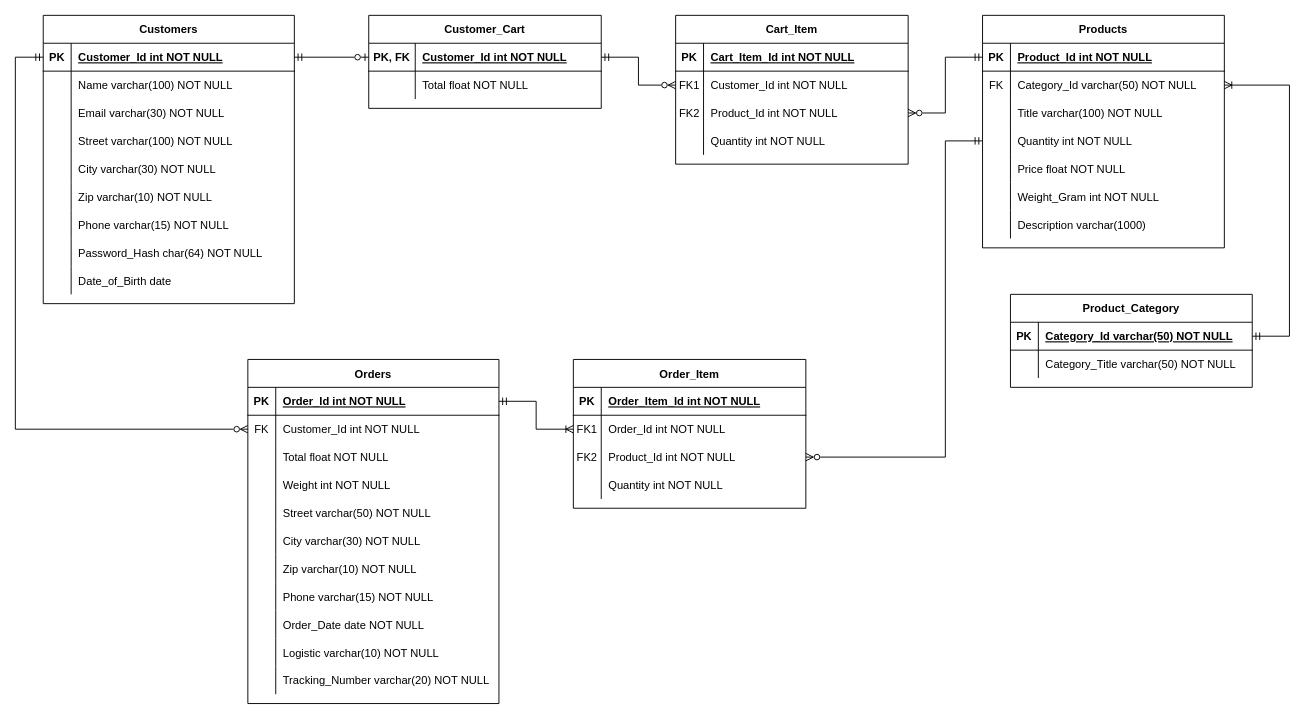
Earlier version of the draw.io diagram system-design/ER-Diagram.drawio (wahyubrr/shopping-api). Source tidied: cells renumbered, new cells numbered last; positions are measured from the earlier drawing's top-left corner, leaving out a move shared by most shapes. Both pictures are drawn from the tidied source at 93%, with x=0, y=0 at pixel (15, 15).
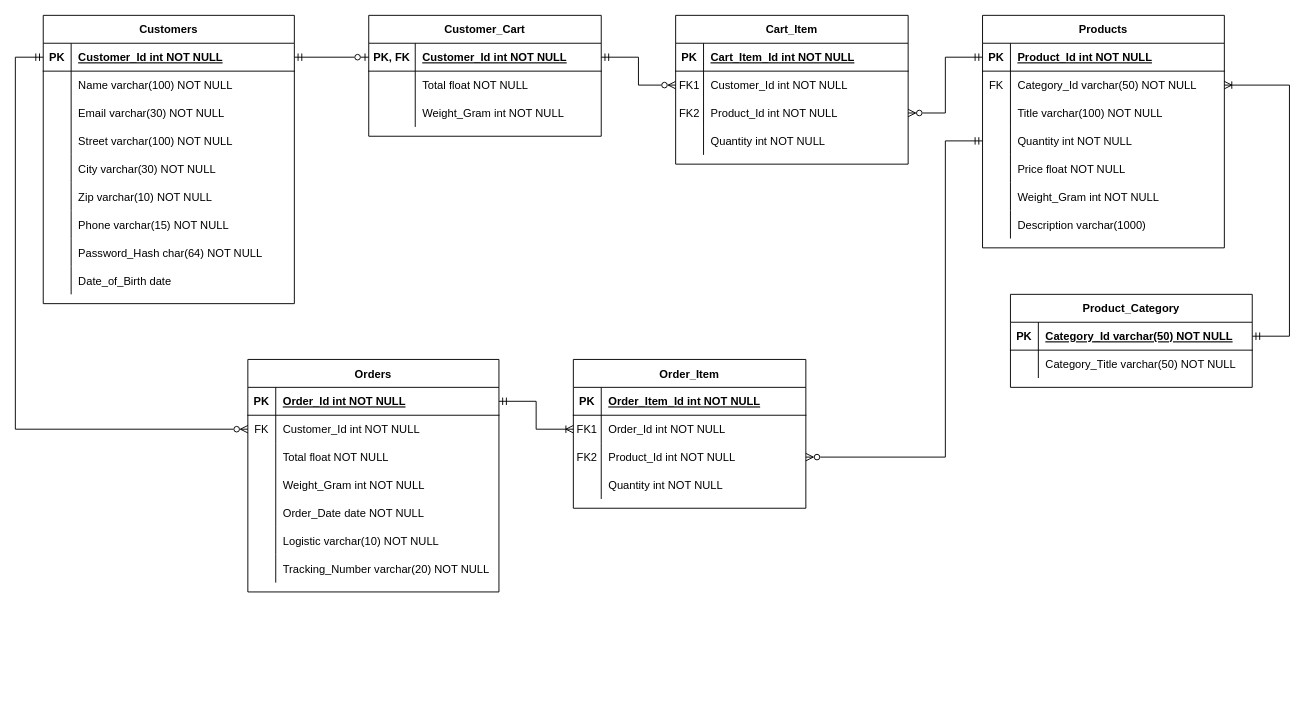
The same diagram, later.

Commit message (it also covers changes not shown here):
removed redundant column from orders. Get customer data from Customers Table instead

The change refers to these unchanged cells:
```xml
<mxCell id="78" style="shape=partialRectangle;fillColor=none;top=0;left=0;right=0;bottom=0;" parent="68" vertex="1">
  <mxGeometry y="120" width="270" height="30" as="geometry" />
</mxCell>
```

What changed in the source:
```diff
@@
     <mxCell id="2" value="Customer_Cart" style="shape=table;startSize=30;childLayout=tableLayout;rowLines=0;fontStyle=1;align=center;" parent="1" vertex="1">
-      <mxGeometry x="380" width="250" height="100" as="geometry" />
+      <mxGeometry x="380" width="250" height="130" as="geometry" />
     </mxCell>
@@
+    <mxCell id="133" style="shape=partialRectangle;fillColor=none;top=0;left=0;right=0;bottom=0;" parent="2" vertex="1">
+      <mxGeometry y="90" width="250" height="30" as="geometry" />
+    </mxCell>
+    <mxCell id="134" style="shape=partialRectangle;overflow=hidden;fillColor=none;top=0;left=0;bottom=0;right=0;" parent="133" vertex="1">
+      <mxGeometry width="50" height="30" as="geometry" />
+    </mxCell>
+    <mxCell id="135" value="Weight_Gram int NOT NULL" style="shape=partialRectangle;overflow=hidden;fillColor=none;top=0;left=0;bottom=0;right=0;align=left;spacingLeft=6;" parent="133" vertex="1">
+      <mxGeometry x="50" width="200" height="30" as="geometry" />
+    </mxCell>
@@
     <mxCell id="68" value="Orders" style="shape=table;startSize=30;childLayout=tableLayout;rowLines=0;fontStyle=1;align=center;" parent="1" vertex="1">
-      <mxGeometry x="250" y="370" width="270" height="370" as="geometry" />
+      <mxGeometry x="250" y="370" width="270" height="250" as="geometry" />
     </mxCell>
@@
-    <mxCell id="80" value="Weight int NOT NULL" style="shape=partialRectangle;overflow=hidden;fillColor=none;top=0;left=0;bottom=0;right=0;align=left;spacingLeft=6;" parent="78" vertex="1">
+    <mxCell id="80" value="Weight_Gram int NOT NULL" style="shape=partialRectangle;overflow=hidden;fillColor=none;top=0;left=0;bottom=0;right=0;align=left;spacingLeft=6;" parent="78" vertex="1">
       <mxGeometry x="30" width="240" height="30" as="geometry" />
     </mxCell>
-    <mxCell id="81" style="shape=partialRectangle;fillColor=none;top=0;left=0;right=0;bottom=0;" parent="68" vertex="1">
-      <mxGeometry y="150" width="270" height="30" as="geometry" />
-    </mxCell>
-    <mxCell id="82" style="shape=partialRectangle;overflow=hidden;fillColor=none;top=0;left=0;bottom=0;right=0;" parent="81" vertex="1">
-      <mxGeometry width="30" height="30" as="geometry" />
-    </mxCell>
-    <mxCell id="83" value="Street varchar(50) NOT NULL" style="shape=partialRectangle;overflow=hidden;fillColor=none;top=0;left=0;bottom=0;right=0;align=left;spacingLeft=6;" parent="81" vertex="1">
-      <mxGeometry x="30" width="240" height="30" as="geometry" />
-    </mxCell>
-    <mxCell id="84" style="shape=partialRectangle;fillColor=none;top=0;left=0;right=0;bottom=0;" parent="68" vertex="1">
-      <mxGeometry y="180" width="270" height="30" as="geometry" />
-    </mxCell>
-    <mxCell id="85" style="shape=partialRectangle;overflow=hidden;fillColor=none;top=0;left=0;bottom=0;right=0;" parent="84" vertex="1">
-      <mxGeometry width="30" height="30" as="geometry" />
-    </mxCell>
-    <mxCell id="86" value="City varchar(30) NOT NULL" style="shape=partialRectangle;overflow=hidden;fillColor=none;top=0;left=0;bottom=0;right=0;align=left;spacingLeft=6;" parent="84" vertex="1">
-      <mxGeometry x="30" width="240" height="30" as="geometry" />
-    </mxCell>
-    <mxCell id="87" style="shape=partialRectangle;fillColor=none;top=0;left=0;right=0;bottom=0;" parent="68" vertex="1">
-      <mxGeometry y="210" width="270" height="30" as="geometry" />
-    </mxCell>
-    <mxCell id="88" style="shape=partialRectangle;overflow=hidden;fillColor=none;top=0;left=0;bottom=0;right=0;" parent="87" vertex="1">
-      <mxGeometry width="30" height="30" as="geometry" />
-    </mxCell>
-    <mxCell id="89" value="Zip varchar(10) NOT NULL" style="shape=partialRectangle;overflow=hidden;fillColor=none;top=0;left=0;bottom=0;right=0;align=left;spacingLeft=6;" parent="87" vertex="1">
-      <mxGeometry x="30" width="240" height="30" as="geometry" />
-    </mxCell>
-    <mxCell id="90" style="shape=partialRectangle;fillColor=none;top=0;left=0;right=0;bottom=0;" parent="68" vertex="1">
-      <mxGeometry y="240" width="270" height="30" as="geometry" />
-    </mxCell>
-    <mxCell id="91" style="shape=partialRectangle;overflow=hidden;fillColor=none;top=0;left=0;bottom=0;right=0;" parent="90" vertex="1">
-      <mxGeometry width="30" height="30" as="geometry" />
-    </mxCell>
-    <mxCell id="92" value="Phone varchar(15) NOT NULL" style="shape=partialRectangle;overflow=hidden;fillColor=none;top=0;left=0;bottom=0;right=0;align=left;spacingLeft=6;" parent="90" vertex="1">
-      <mxGeometry x="30" width="240" height="30" as="geometry" />
-    </mxCell>
     <mxCell id="93" style="shape=partialRectangle;fillColor=none;top=0;left=0;right=0;bottom=0;" parent="68" vertex="1">
-      <mxGeometry y="270" width="270" height="30" as="geometry" />
+      <mxGeometry y="150" width="270" height="30" as="geometry" />
     </mxCell>
@@
     <mxCell id="96" style="shape=partialRectangle;fillColor=none;top=0;left=0;right=0;bottom=0;" parent="68" vertex="1">
-      <mxGeometry y="300" width="270" height="30" as="geometry" />
+      <mxGeometry y="180" width="270" height="30" as="geometry" />
     </mxCell>
@@
     <mxCell id="99" style="shape=partialRectangle;fillColor=none;top=0;left=0;right=0;bottom=0;" parent="68" vertex="1">
-      <mxGeometry y="330" width="270" height="30" as="geometry" />
+      <mxGeometry y="210" width="270" height="30" as="geometry" />
     </mxCell>
```
